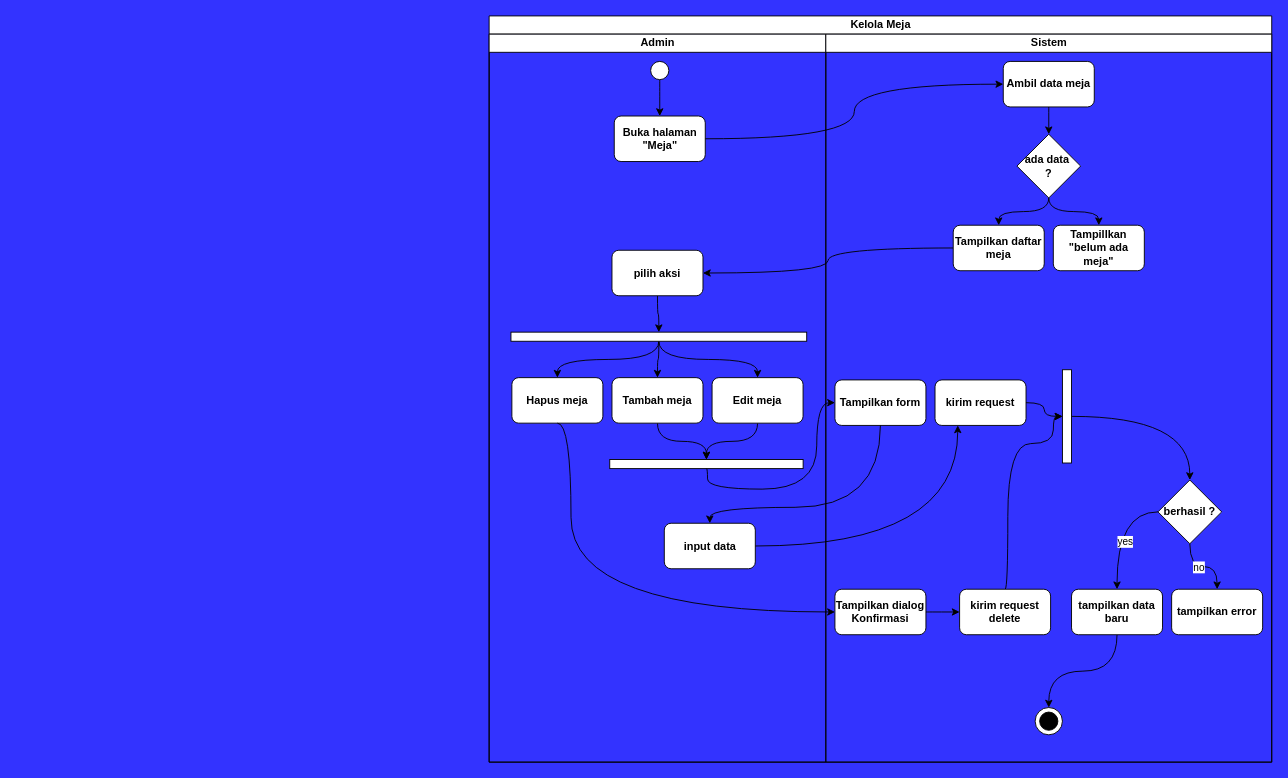
RIOKOWI/warmindo_purnama_flutter keeps this draw.io diagram as page "kelola meja" (4 of 19) of assets/uml/activity-diagram.drawio. Above is the earlier version. Source tidied: cells renumbered, new cells numbered last; positions are measured from the earlier drawing's top-left corner, leaving out a move shared by most shapes. Both pictures are drawn from the tidied source at 91%, with x=0, y=0 at pixel (15, 15).
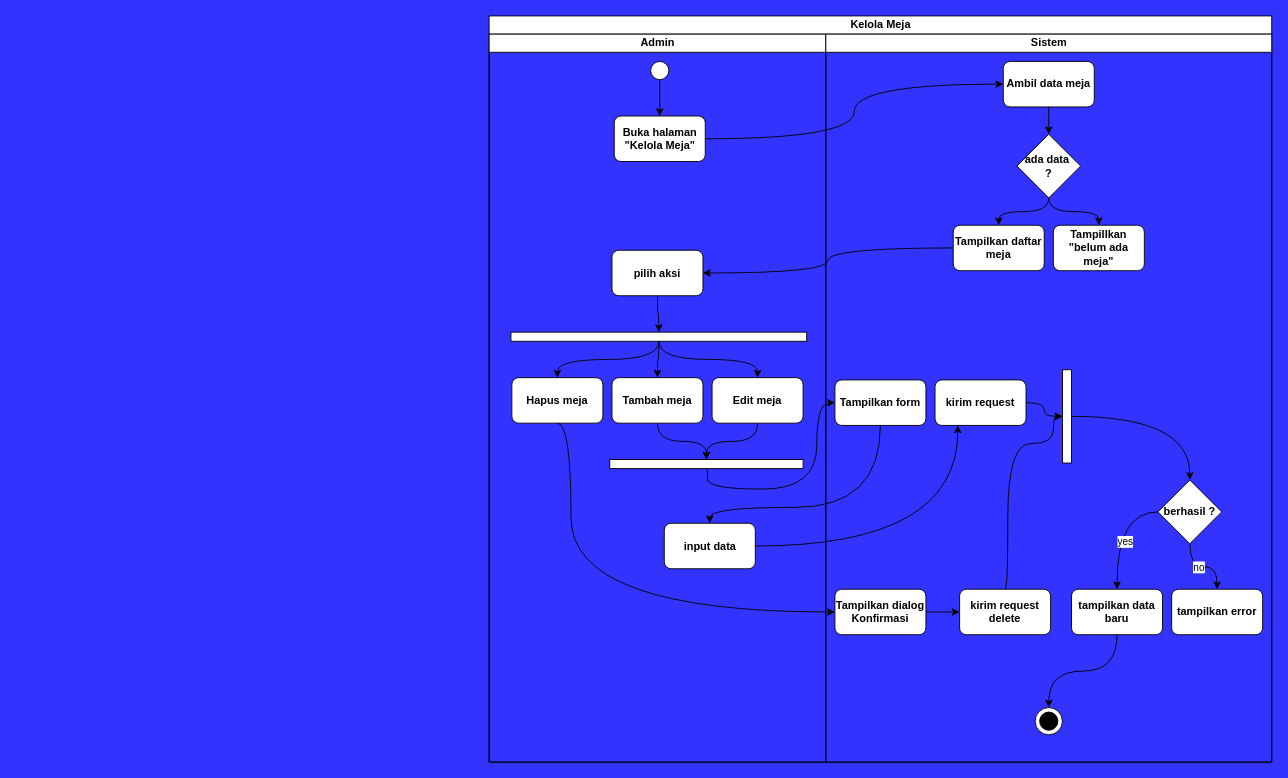
Above is the later version.

Commit message:
docs(uml): create activity diagram manage user

The change refers to these unchanged cells:
```xml
<mxCell id="4" value="Admin" style="swimlane;startSize=20;html=1;" parent="3" vertex="1">
  <mxGeometry y="20" width="370" height="800" as="geometry" />
</mxCell>
```

The edit, as a diff of the source:
```diff
@@
-    <mxCell id="7" value="Buka halaman &quot;Meja&quot;" style="rounded=1;whiteSpace=wrap;html=1;strokeColor=default;align=center;verticalAlign=middle;fontFamily=Helvetica;fontSize=12;fontColor=default;fontStyle=1;fillColor=default;" parent="4" vertex="1">
+    <mxCell id="7" value="Buka halaman &quot;Kelola Meja&quot;" style="rounded=1;whiteSpace=wrap;html=1;strokeColor=default;align=center;verticalAlign=middle;fontFamily=Helvetica;fontSize=12;fontColor=default;fontStyle=1;fillColor=default;" parent="4" vertex="1">
       <mxGeometry x="137.5" y="90" width="100" height="50" as="geometry" />
     </mxCell>
```
